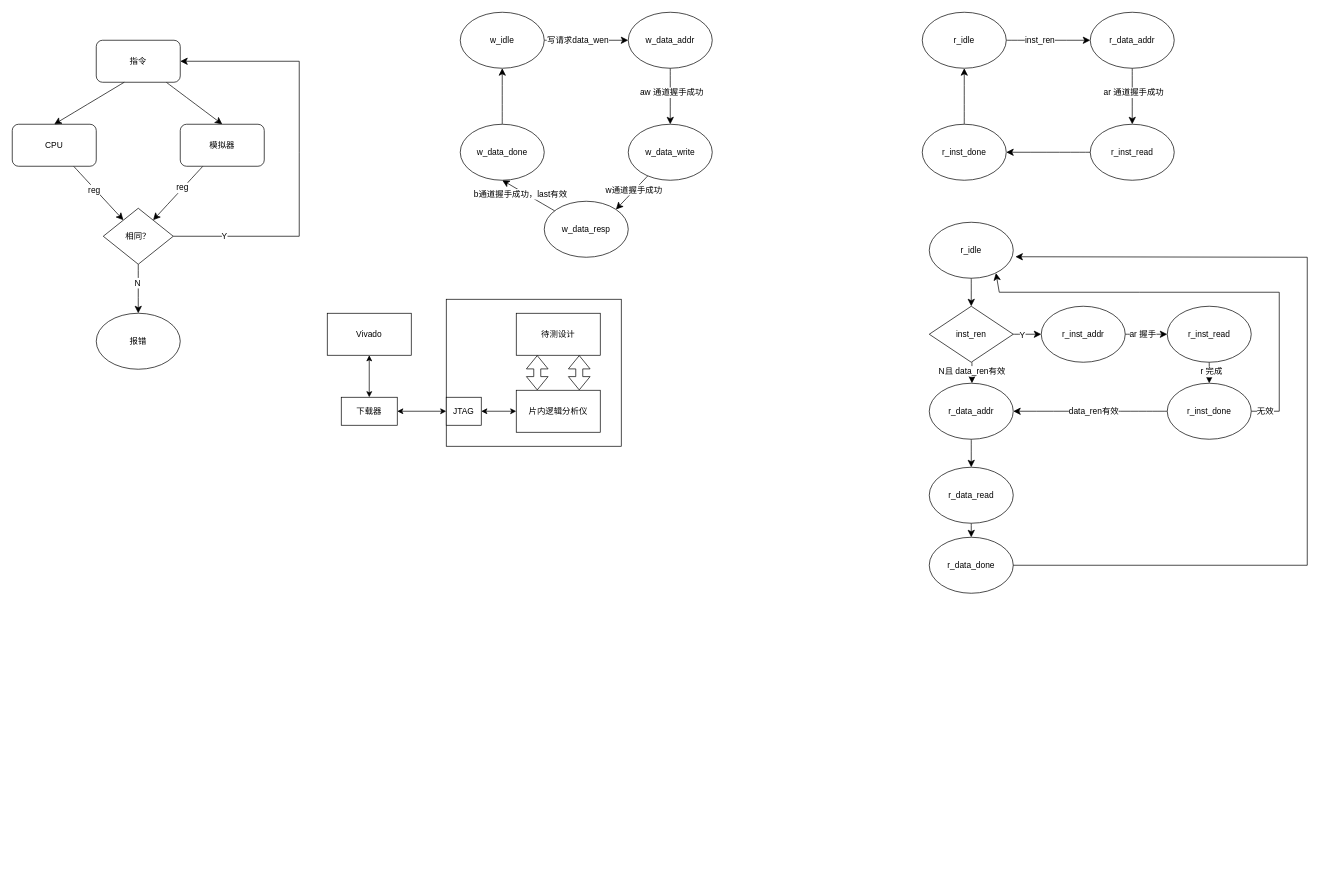
Earlier version of the draw.io diagram page "毕业论文" (8 of 8) of 五级流水.drawio (ZPNMiaoHeng/drawioFolder). Source tidied: cells renumbered, new cells numbered last; positions are measured from the earlier drawing's top-left corner, leaving out a move shared by most shapes. Both pictures are drawn from the tidied source at 70%, with x=0, y=0 at pixel (12, 12).
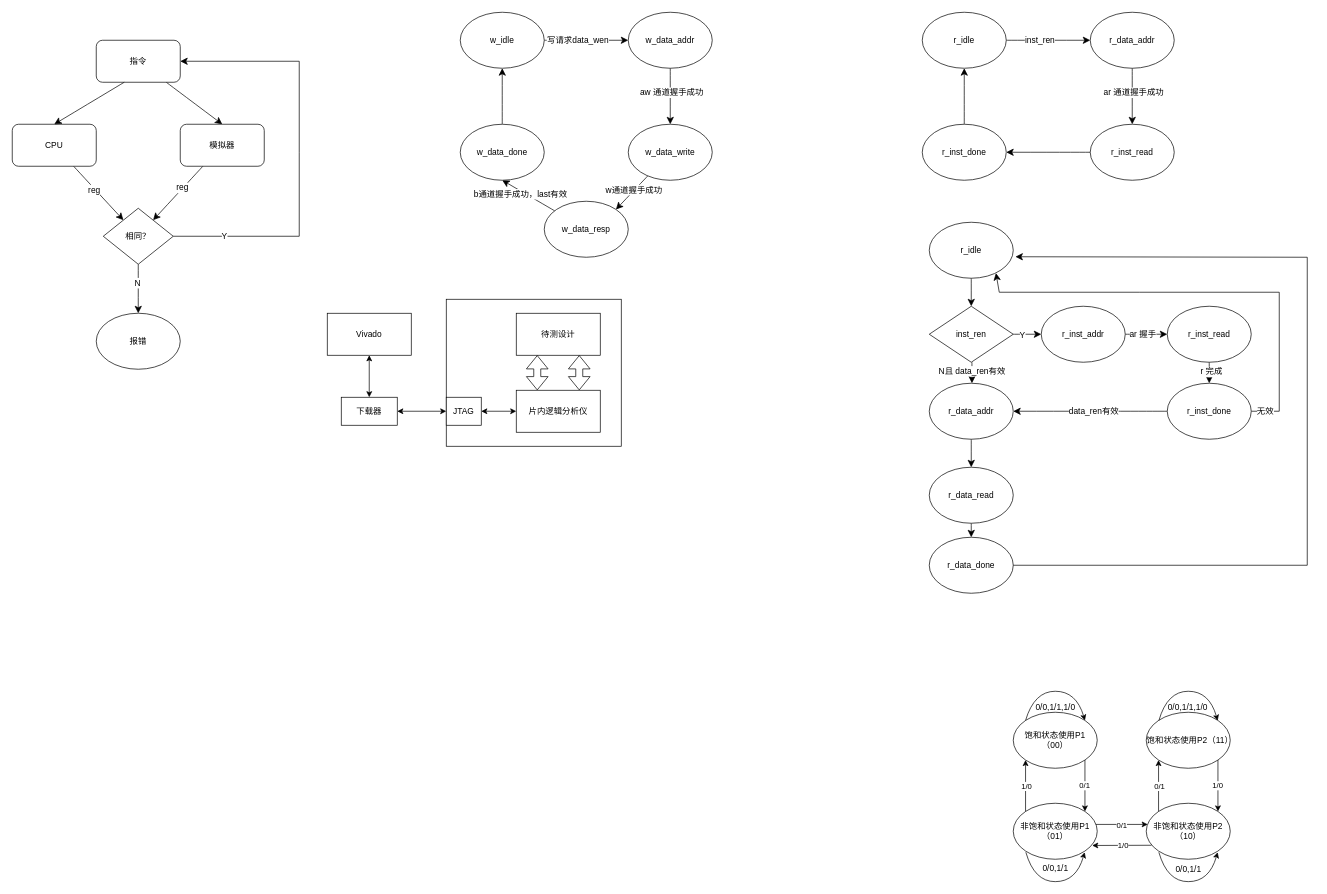
After the change.

Commit message:
更新五级流水.drawio

Change to the diagram source:
```diff
@@
+    <mxCell id="76" value="饱和状态使用P1（00）" style="ellipse;whiteSpace=wrap;html=1;" parent="1" vertex="1">
+      <mxGeometry x="1430" y="1000" width="120" height="80" as="geometry" />
+    </mxCell>
+    <mxCell id="77" value="非饱和状态使用P1（01）" style="ellipse;whiteSpace=wrap;html=1;" parent="1" vertex="1">
+      <mxGeometry x="1430" y="1130" width="120" height="80" as="geometry" />
+    </mxCell>
+    <mxCell id="78" value="非饱和状态使用P2（10）" style="ellipse;whiteSpace=wrap;html=1;" parent="1" vertex="1">
+      <mxGeometry x="1620" y="1130" width="120" height="80" as="geometry" />
+    </mxCell>
+    <mxCell id="79" value="饱和状态使用P2（11）" style="ellipse;whiteSpace=wrap;html=1;" parent="1" vertex="1">
+      <mxGeometry x="1620" y="1000" width="120" height="80" as="geometry" />
+    </mxCell>
+    <mxCell id="80" style="curved=1;endArrow=classic;html=1;rounded=0;exitX=0;exitY=0;exitDx=0;exitDy=0;entryX=1;entryY=0;entryDx=0;entryDy=0;" parent="1" edge="1" source="76" target="76">
+      <mxGeometry relative="1" as="geometry">
+        <Array as="points">
+          <mxPoint x="1460" y="970" />
+          <mxPoint x="1520" y="970" />
+        </Array>
+      </mxGeometry>
+    </mxCell>
+    <mxCell id="81" style="curved=1;endArrow=classic;html=1;rounded=0;exitX=0;exitY=0;exitDx=0;exitDy=0;entryX=1;entryY=0;entryDx=0;entryDy=0;" parent="1" edge="1">
+      <mxGeometry relative="1" as="geometry">
+        <mxPoint x="1638" y="1012" as="sourcePoint" />
+        <mxPoint x="1722" y="1012" as="targetPoint" />
+        <Array as="points">
+          <mxPoint x="1650" y="970" />
+          <mxPoint x="1710" y="970" />
+        </Array>
+      </mxGeometry>
+    </mxCell>
+    <mxCell id="82" style="curved=1;endArrow=classic;html=1;rounded=0;exitX=0;exitY=0;exitDx=0;exitDy=0;entryX=1;entryY=0;entryDx=0;entryDy=0;" parent="1" edge="1">
+      <mxGeometry relative="1" as="geometry">
+        <mxPoint x="1448" y="1200" as="sourcePoint" />
+        <mxPoint x="1532" y="1200" as="targetPoint" />
+        <Array as="points">
+          <mxPoint x="1460" y="1242" />
+          <mxPoint x="1520" y="1242" />
+        </Array>
+      </mxGeometry>
+    </mxCell>
+    <mxCell id="83" style="curved=1;endArrow=classic;html=1;rounded=0;exitX=0;exitY=0;exitDx=0;exitDy=0;entryX=1;entryY=0;entryDx=0;entryDy=0;" parent="1" edge="1">
+      <mxGeometry relative="1" as="geometry">
+        <mxPoint x="1638" y="1200" as="sourcePoint" />
+        <mxPoint x="1722" y="1200" as="targetPoint" />
+        <Array as="points">
+          <mxPoint x="1650" y="1242" />
+          <mxPoint x="1710" y="1242" />
+        </Array>
+      </mxGeometry>
+    </mxCell>
+    <mxCell id="84" value="0/0,1/1,1/0" style="text;html=1;align=center;verticalAlign=middle;strokeColor=none;fillColor=none;" parent="1" vertex="1">
+      <mxGeometry x="1450" y="978" width="80" height="30" as="geometry" />
+    </mxCell>
+    <mxCell id="85" value="0/0,1/1,1/0" style="text;html=1;align=center;verticalAlign=middle;strokeColor=none;fillColor=none;" parent="1" vertex="1">
+      <mxGeometry x="1639" y="978" width="80" height="30" as="geometry" />
+    </mxCell>
+    <mxCell id="86" value="0/0,1/1" style="text;html=1;align=center;verticalAlign=middle;strokeColor=none;fillColor=none;" parent="1" vertex="1">
+      <mxGeometry x="1460" y="1208" width="60" height="30" as="geometry" />
+    </mxCell>
+    <mxCell id="87" value="0/0,1/1" style="text;html=1;align=center;verticalAlign=middle;strokeColor=none;fillColor=none;" parent="1" vertex="1">
+      <mxGeometry x="1650" y="1210" width="60" height="30" as="geometry" />
+    </mxCell>
+    <mxCell id="88" style="endArrow=classic;html=1;rounded=0;entryX=0;entryY=1;entryDx=0;entryDy=0;exitX=0;exitY=0;exitDx=0;exitDy=0;" parent="1" edge="1" source="77" target="76">
+      <mxGeometry relative="1" as="geometry" />
+    </mxCell>
+    <mxCell id="89" value="1/0" style="edgeLabel;html=1;align=center;verticalAlign=middle;" parent="88" vertex="1">
+      <mxGeometry x="-0.02" y="-1" relative="1" as="geometry" />
+    </mxCell>
+    <mxCell id="90" style="endArrow=classic;html=1;rounded=0;entryX=0;entryY=1;entryDx=0;entryDy=0;exitX=0;exitY=0;exitDx=0;exitDy=0;" parent="1" edge="1" source="78" target="79">
+      <mxGeometry relative="1" as="geometry" />
+    </mxCell>
+    <mxCell id="91" value="0/1" style="edgeLabel;html=1;align=center;verticalAlign=middle;" parent="90" vertex="1">
+      <mxGeometry x="-0.02" y="-1" relative="1" as="geometry" />
+    </mxCell>
+    <mxCell id="92" style="endArrow=classic;html=1;rounded=0;entryX=1;entryY=0;entryDx=0;entryDy=0;exitX=1;exitY=1;exitDx=0;exitDy=0;" parent="1" edge="1" source="76" target="77">
+      <mxGeometry relative="1" as="geometry" />
+    </mxCell>
+    <mxCell id="93" value="0/1" style="edgeLabel;html=1;align=center;verticalAlign=middle;" parent="92" vertex="1">
+      <mxGeometry x="-0.02" y="-1" relative="1" as="geometry" />
+    </mxCell>
+    <mxCell id="94" style="endArrow=classic;html=1;rounded=0;entryX=1;entryY=0;entryDx=0;entryDy=0;exitX=1;exitY=1;exitDx=0;exitDy=0;" parent="1" edge="1" source="79" target="78">
+      <mxGeometry relative="1" as="geometry" />
+    </mxCell>
+    <mxCell id="95" value="1/0" style="edgeLabel;html=1;align=center;verticalAlign=middle;" parent="94" vertex="1">
+      <mxGeometry x="-0.02" y="-1" relative="1" as="geometry" />
+    </mxCell>
+    <mxCell id="96" style="endArrow=classic;html=1;rounded=0;entryX=0.018;entryY=0.378;entryDx=0;entryDy=0;exitX=0.984;exitY=0.378;exitDx=0;exitDy=0;exitPerimeter=0;entryPerimeter=0;" parent="1" edge="1" source="77" target="78">
+      <mxGeometry relative="1" as="geometry" />
+    </mxCell>
+    <mxCell id="97" value="0/1" style="edgeLabel;html=1;align=center;verticalAlign=middle;" parent="96" vertex="1">
+      <mxGeometry x="-0.02" y="-1" relative="1" as="geometry" />
+    </mxCell>
+    <mxCell id="98" style="endArrow=classic;html=1;rounded=0;entryX=0.94;entryY=0.754;entryDx=0;entryDy=0;exitX=0.062;exitY=0.75;exitDx=0;exitDy=0;entryPerimeter=0;exitPerimeter=0;" parent="1" edge="1" source="78" target="77">
+      <mxGeometry relative="1" as="geometry" />
+    </mxCell>
+    <mxCell id="99" value="1/0" style="edgeLabel;html=1;align=center;verticalAlign=middle;" parent="98" vertex="1">
+      <mxGeometry x="-0.02" y="-1" relative="1" as="geometry" />
+    </mxCell>
```
